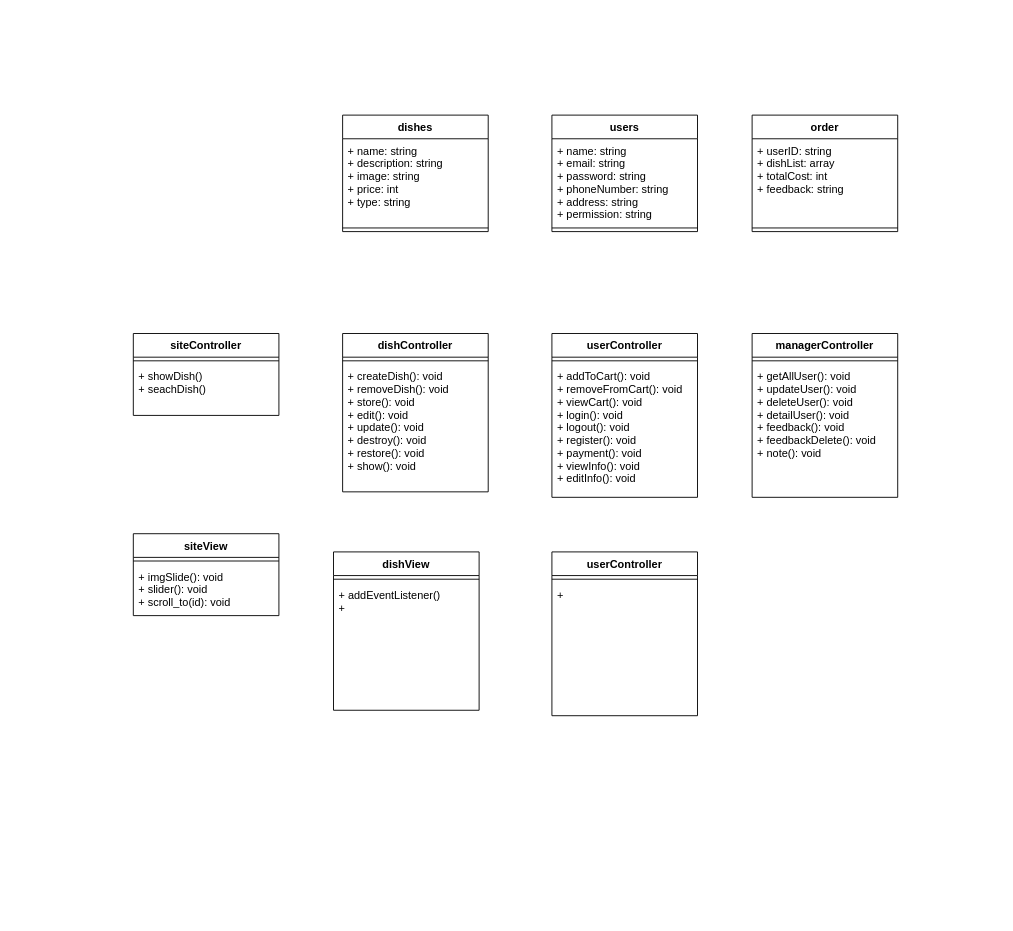
This is classDiagram.drawio from hieuhoang2901/DoAn_CNPM, a draw.io file, before an edit. Source tidied: cells renumbered, new cells numbered last; positions are measured from the earlier drawing's top-left corner, leaving out a move shared by most shapes. Both pictures are drawn from the tidied source at 91%, with x=0, y=0 at pixel (133, 115).
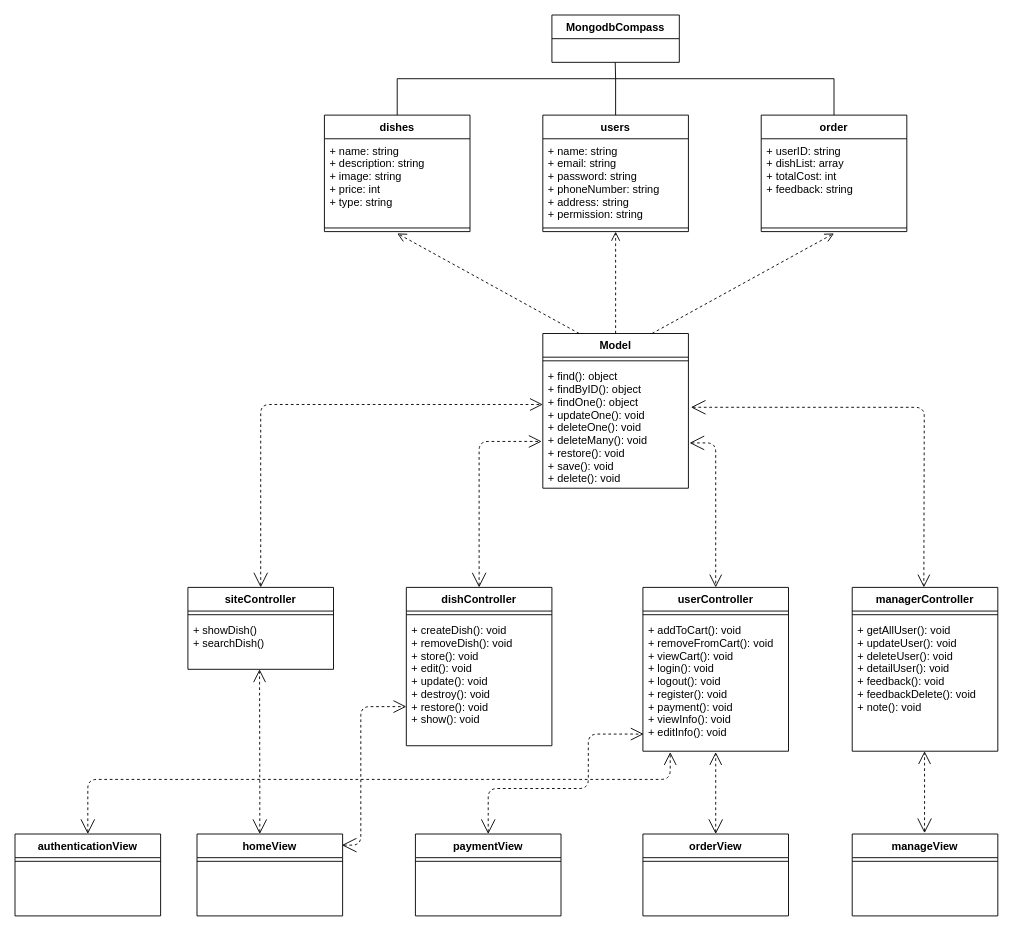
After the change.

The change refers to these unchanged cells:
```xml
<mxCell id="4" style="line;strokeWidth=1;fillColor=none;align=left;verticalAlign=middle;spacingTop=-1;spacingLeft=3;spacingRight=3;labelPosition=right;points=[];portConstraint=eastwest;" parent="2" vertex="1">
  <mxGeometry y="120" width="160" height="8" as="geometry" />
</mxCell>
<mxCell id="7" style="line;strokeWidth=1;fillColor=none;align=left;verticalAlign=middle;spacingTop=-1;spacingLeft=3;spacingRight=3;labelPosition=right;points=[];portConstraint=eastwest;" parent="5" vertex="1">
  <mxGeometry y="120" width="160" height="8" as="geometry" />
</mxCell>
<mxCell id="16" value="+ addToCart(): void&#10;+ removeFromCart(): void&#10;+ viewCart(): void&#10;+ login(): void&#10;+ logout(): void&#10;+ register(): void&#10;+ payment(): void&#10;+ viewInfo(): void&#10;+ editInfo(): void" style="text;strokeColor=none;fillColor=none;align=left;verticalAlign=top;spacingLeft=4;spacingRight=4;overflow=hidden;points=[[0,0.5],[1,0.5]];portConstraint=eastwest;" parent="14" vertex="1">
  <mxGeometry y="34" width="160" height="146" as="geometry" />
</mxCell>
```

Diff of the diagram source:
```diff
@@
     <mxCell id="2" value="dishes" style="swimlane;fontStyle=1;align=center;verticalAlign=top;horizontal=1;startSize=26;" parent="1" vertex="1">
-      <mxGeometry x="230" width="160" height="128" as="geometry" />
+      <mxGeometry x="210" width="160" height="128" as="geometry" />
     </mxCell>
@@
     <mxCell id="5" value="users" style="swimlane;fontStyle=1;align=center;verticalAlign=top;horizontal=1;startSize=26;" parent="1" vertex="1">
-      <mxGeometry x="460" width="160" height="128" as="geometry" />
+      <mxGeometry x="450" width="160" height="128" as="geometry" />
     </mxCell>
@@
     <mxCell id="8" value="order" style="swimlane;fontStyle=1;align=center;verticalAlign=top;horizontal=1;startSize=26;" parent="1" vertex="1">
-      <mxGeometry x="680" width="160" height="128" as="geometry" />
+      <mxGeometry x="690" width="160" height="128" as="geometry" />
     </mxCell>
@@
     <mxCell id="11" value="dishController" style="swimlane;fontStyle=1;align=center;verticalAlign=top;horizontal=1;startSize=26;" parent="1" vertex="1">
-      <mxGeometry x="230" y="240" width="160" height="174" as="geometry" />
+      <mxGeometry x="300" y="519" width="160" height="174" as="geometry" />
     </mxCell>
@@
     <mxCell id="14" value="userController" style="swimlane;fontStyle=1;align=center;verticalAlign=top;horizontal=1;startSize=26;" parent="1" vertex="1">
-      <mxGeometry x="460" y="240" width="160" height="180" as="geometry" />
+      <mxGeometry x="560" y="519" width="160" height="180" as="geometry" />
     </mxCell>
@@
     <mxCell id="17" value="managerController" style="swimlane;fontStyle=1;align=center;verticalAlign=top;horizontal=1;startSize=26;" parent="1" vertex="1">
-      <mxGeometry x="680" y="240" width="160" height="180" as="geometry" />
+      <mxGeometry x="790" y="519" width="160" height="180" as="geometry" />
     </mxCell>
@@
     <mxCell id="20" value="siteController" style="swimlane;fontStyle=1;align=center;verticalAlign=top;horizontal=1;startSize=26;" parent="1" vertex="1">
-      <mxGeometry y="240" width="160" height="90" as="geometry" />
+      <mxGeometry x="60" y="519" width="160" height="90" as="geometry" />
     </mxCell>
@@
-    <mxCell id="22" value="+ showDish()&#10;+ seachDish()" style="text;strokeColor=none;fillColor=none;align=left;verticalAlign=top;spacingLeft=4;spacingRight=4;overflow=hidden;" parent="20" vertex="1">
+    <mxCell id="22" value="+ showDish()&#10;+ searchDish()" style="text;strokeColor=none;fillColor=none;align=left;verticalAlign=top;spacingLeft=4;spacingRight=4;overflow=hidden;" parent="20" vertex="1">
       <mxGeometry y="34" width="160" height="56" as="geometry" />
     </mxCell>
-    <mxCell id="23" value="siteView" style="swimlane;fontStyle=1;align=center;verticalAlign=top;horizontal=1;startSize=26;" parent="1" vertex="1">
-      <mxGeometry y="460" width="160" height="90" as="geometry" />
+    <mxCell id="23" value="homeView" style="swimlane;fontStyle=1;align=center;verticalAlign=top;horizontal=1;startSize=26;" parent="1" vertex="1">
+      <mxGeometry x="70" y="790" width="160" height="90" as="geometry" />
     </mxCell>
@@
-    <mxCell id="25" value="+ imgSlide(): void&#10;+ slider(): void&#10;+ scroll_to(id): void" style="text;strokeColor=none;fillColor=none;align=left;verticalAlign=top;spacingLeft=4;spacingRight=4;overflow=hidden;" parent="23" vertex="1">
+    <mxCell id="25" value="&#10;&#10;&#10;&#10;" style="text;strokeColor=none;fillColor=none;align=left;verticalAlign=top;spacingLeft=4;spacingRight=4;overflow=hidden;" parent="23" vertex="1">
       <mxGeometry y="34" width="160" height="56" as="geometry" />
     </mxCell>
-    <mxCell id="26" value="dishView" style="swimlane;fontStyle=1;align=center;verticalAlign=top;horizontal=1;startSize=26;" parent="1" vertex="1">
-      <mxGeometry x="220" y="480" width="160" height="174" as="geometry" />
-    </mxCell>
-    <mxCell id="27" style="line;strokeWidth=1;fillColor=none;align=left;verticalAlign=middle;spacingTop=-1;spacingLeft=3;spacingRight=3;labelPosition=right;" parent="26" vertex="1">
-      <mxGeometry y="26" width="160" height="8" as="geometry" />
-    </mxCell>
-    <mxCell id="28" value="+ addEventListener()&#10;+ " style="text;strokeColor=none;fillColor=none;align=left;verticalAlign=top;spacingLeft=4;spacingRight=4;overflow=hidden;" parent="26" vertex="1">
-      <mxGeometry y="34" width="160" height="140" as="geometry" />
-    </mxCell>
-    <mxCell id="29" value="userController" style="swimlane;fontStyle=1;align=center;verticalAlign=top;horizontal=1;startSize=26;" parent="1" vertex="1">
-      <mxGeometry x="460" y="480" width="160" height="180" as="geometry" />
-    </mxCell>
-    <mxCell id="30" style="line;strokeWidth=1;fillColor=none;align=left;verticalAlign=middle;spacingTop=-1;spacingLeft=3;spacingRight=3;labelPosition=right;" parent="29" vertex="1">
-      <mxGeometry y="26" width="160" height="8" as="geometry" />
-    </mxCell>
-    <mxCell id="31" value="+ " style="text;strokeColor=none;fillColor=none;align=left;verticalAlign=top;spacingLeft=4;spacingRight=4;overflow=hidden;" parent="29" vertex="1">
-      <mxGeometry y="34" width="160" height="146" as="geometry" />
-    </mxCell>
+    <mxCell id="32" value="paymentView" style="swimlane;fontStyle=1;align=center;verticalAlign=top;horizontal=1;startSize=26;" parent="1" vertex="1">
+      <mxGeometry x="310" y="790" width="160" height="90" as="geometry" />
+    </mxCell>
+    <mxCell id="33" style="line;strokeWidth=1;fillColor=none;align=left;verticalAlign=middle;spacingTop=-1;spacingLeft=3;spacingRight=3;labelPosition=right;" parent="32" vertex="1">
+      <mxGeometry y="26" width="160" height="8" as="geometry" />
+    </mxCell>
+    <mxCell id="34" value="&#10;&#10;&#10;&#10;" style="text;strokeColor=none;fillColor=none;align=left;verticalAlign=top;spacingLeft=4;spacingRight=4;overflow=hidden;" parent="32" vertex="1">
+      <mxGeometry y="34" width="160" height="56" as="geometry" />
+    </mxCell>
+    <mxCell id="35" value="manageView" style="swimlane;fontStyle=1;align=center;verticalAlign=top;horizontal=1;startSize=26;" parent="1" vertex="1">
+      <mxGeometry x="790" y="790" width="160" height="90" as="geometry" />
+    </mxCell>
+    <mxCell id="36" style="line;strokeWidth=1;fillColor=none;align=left;verticalAlign=middle;spacingTop=-1;spacingLeft=3;spacingRight=3;labelPosition=right;" parent="35" vertex="1">
+      <mxGeometry y="26" width="160" height="8" as="geometry" />
+    </mxCell>
+    <mxCell id="37" value="&#10;&#10;&#10;&#10;" style="text;strokeColor=none;fillColor=none;align=left;verticalAlign=top;spacingLeft=4;spacingRight=4;overflow=hidden;" parent="35" vertex="1">
+      <mxGeometry y="34" width="160" height="56" as="geometry" />
+    </mxCell>
+    <mxCell id="38" value="orderView" style="swimlane;fontStyle=1;align=center;verticalAlign=top;horizontal=1;startSize=26;" parent="1" vertex="1">
+      <mxGeometry x="560" y="790" width="160" height="90" as="geometry" />
+    </mxCell>
+    <mxCell id="39" style="line;strokeWidth=1;fillColor=none;align=left;verticalAlign=middle;spacingTop=-1;spacingLeft=3;spacingRight=3;labelPosition=right;" parent="38" vertex="1">
+      <mxGeometry y="26" width="160" height="8" as="geometry" />
+    </mxCell>
+    <mxCell id="40" value="&#10;&#10;&#10;&#10;" style="text;strokeColor=none;fillColor=none;align=left;verticalAlign=top;spacingLeft=4;spacingRight=4;overflow=hidden;" parent="38" vertex="1">
+      <mxGeometry y="34" width="160" height="56" as="geometry" />
+    </mxCell>
+    <mxCell id="41" value="Model" style="swimlane;fontStyle=1;align=center;verticalAlign=top;horizontal=1;startSize=26;" parent="1" vertex="1">
+      <mxGeometry x="450" y="240" width="160" height="170" as="geometry" />
+    </mxCell>
+    <mxCell id="42" style="line;strokeWidth=1;fillColor=none;align=left;verticalAlign=middle;spacingTop=-1;spacingLeft=3;spacingRight=3;labelPosition=right;" parent="41" vertex="1">
+      <mxGeometry y="26" width="160" height="8" as="geometry" />
+    </mxCell>
+    <mxCell id="43" value="+ find(): object&#10;+ findByID(): object&#10;+ findOne(): object&#10;+ updateOne(): void&#10;+ deleteOne(): void&#10;+ deleteMany(): void&#10;+ restore(): void&#10;+ save(): void&#10;+ delete(): void" style="text;strokeColor=none;fillColor=none;align=left;verticalAlign=top;spacingLeft=4;spacingRight=4;overflow=hidden;points=[[0,0.5],[1,0.5]];portConstraint=eastwest;" parent="41" vertex="1">
+      <mxGeometry y="34" width="160" height="136" as="geometry" />
+    </mxCell>
+    <mxCell id="44" style="html=1;verticalAlign=bottom;endArrow=open;dashed=1;endSize=8;exitX=0.75;exitY=0;exitDx=0;exitDy=0;" parent="1" edge="1" source="41">
+      <mxGeometry x="0.11" y="22" relative="1" as="geometry">
+        <mxPoint x="770" y="130" as="targetPoint" />
+      </mxGeometry>
+    </mxCell>
+    <mxCell id="45" style="html=1;verticalAlign=bottom;endArrow=open;dashed=1;endSize=8;exitX=0.5;exitY=0;exitDx=0;exitDy=0;" parent="1" edge="1" source="41" target="7">
+      <mxGeometry relative="1" as="geometry" />
+    </mxCell>
+    <mxCell id="46" style="html=1;verticalAlign=bottom;endArrow=open;dashed=1;endSize=8;exitX=0.25;exitY=0;exitDx=0;exitDy=0;entryX=0.5;entryY=1.25;entryDx=0;entryDy=0;entryPerimeter=0;" parent="1" edge="1" source="41" target="4">
+      <mxGeometry relative="1" as="geometry" />
+    </mxCell>
+    <mxCell id="47" style="endArrow=open;html=1;endSize=12;startArrow=open;startSize=14;startFill=0;edgeStyle=orthogonalEdgeStyle;align=center;verticalAlign=bottom;endFill=0;exitX=0.5;exitY=0;exitDx=0;exitDy=0;dashed=1;" parent="1" edge="1" source="20">
+      <mxGeometry y="3" relative="1" as="geometry">
+        <mxPoint x="450" y="318" as="targetPoint" />
+        <Array as="points">
+          <mxPoint x="140" y="318" />
+        </Array>
+      </mxGeometry>
+    </mxCell>
+    <mxCell id="48" style="endArrow=open;html=1;endSize=12;startArrow=open;startSize=14;startFill=0;edgeStyle=orthogonalEdgeStyle;align=center;verticalAlign=bottom;endFill=0;entryX=-0.008;entryY=0.622;entryDx=0;entryDy=0;entryPerimeter=0;dashed=1;" parent="1" edge="1" source="11" target="43">
+      <mxGeometry y="3" relative="1" as="geometry" />
+    </mxCell>
+    <mxCell id="49" style="endArrow=open;html=1;endSize=12;startArrow=open;startSize=14;startFill=0;edgeStyle=orthogonalEdgeStyle;align=center;verticalAlign=bottom;endFill=0;exitX=1.008;exitY=0.634;exitDx=0;exitDy=0;exitPerimeter=0;dashed=1;" parent="1" edge="1" source="43" target="14">
+      <mxGeometry y="3" relative="1" as="geometry" />
+    </mxCell>
+    <mxCell id="50" style="endArrow=open;html=1;endSize=12;startArrow=open;startSize=14;startFill=0;edgeStyle=orthogonalEdgeStyle;align=center;verticalAlign=bottom;endFill=0;exitX=1.017;exitY=0.346;exitDx=0;exitDy=0;exitPerimeter=0;dashed=1;" parent="1" edge="1" source="43">
+      <mxGeometry y="3" relative="1" as="geometry">
+        <mxPoint x="868.7" y="519" as="targetPoint" />
+      </mxGeometry>
+    </mxCell>
+    <mxCell id="51" style="endArrow=open;html=1;endSize=12;startArrow=open;startSize=14;startFill=0;edgeStyle=orthogonalEdgeStyle;align=center;verticalAlign=bottom;endFill=0;entryX=-0.008;entryY=0.622;entryDx=0;entryDy=0;entryPerimeter=0;dashed=1;" parent="1" edge="1" source="23">
+      <mxGeometry y="3" relative="1" as="geometry">
+        <mxPoint x="138.7" y="609" as="targetPoint" />
+        <Array as="points">
+          <mxPoint x="139" y="740" />
+          <mxPoint x="139" y="740" />
+        </Array>
+      </mxGeometry>
+    </mxCell>
+    <mxCell id="52" style="endArrow=open;html=1;endSize=12;startArrow=open;startSize=14;startFill=0;edgeStyle=orthogonalEdgeStyle;align=center;verticalAlign=bottom;endFill=0;dashed=1;exitX=0.5;exitY=0;exitDx=0;exitDy=0;" parent="1" edge="1" source="38">
+      <mxGeometry y="3" relative="1" as="geometry">
+        <mxPoint x="640" y="700" as="targetPoint" />
+        <Array as="points">
+          <mxPoint x="640" y="700" />
+        </Array>
+      </mxGeometry>
+    </mxCell>
+    <mxCell id="53" style="endArrow=open;html=1;endSize=12;startArrow=open;startSize=14;startFill=0;edgeStyle=orthogonalEdgeStyle;align=center;verticalAlign=bottom;endFill=0;dashed=1;exitX=0.995;exitY=0.136;exitDx=0;exitDy=0;exitPerimeter=0;" parent="1" edge="1" source="23">
+      <mxGeometry y="3" relative="1" as="geometry">
+        <mxPoint x="300" y="650" as="targetPoint" />
+        <Array as="points">
+          <mxPoint x="250" y="802" />
+          <mxPoint x="250" y="650" />
+        </Array>
+      </mxGeometry>
+    </mxCell>
+    <mxCell id="54" style="endArrow=open;html=1;endSize=12;startArrow=open;startSize=14;startFill=0;edgeStyle=orthogonalEdgeStyle;align=center;verticalAlign=bottom;endFill=0;dashed=1;exitX=0.5;exitY=0;exitDx=0;exitDy=0;entryX=0.005;entryY=0.871;entryDx=0;entryDy=0;entryPerimeter=0;" parent="1" edge="1" source="32" target="16">
+      <mxGeometry y="3" relative="1" as="geometry">
+        <Array as="points">
+          <mxPoint x="390" y="740" />
+          <mxPoint x="500" y="740" />
+          <mxPoint x="500" y="680" />
+        </Array>
+      </mxGeometry>
+    </mxCell>
+    <mxCell id="55" style="endArrow=open;html=1;endSize=12;startArrow=open;startSize=14;startFill=0;edgeStyle=orthogonalEdgeStyle;align=center;verticalAlign=bottom;endFill=0;dashed=1;exitX=0.5;exitY=0;exitDx=0;exitDy=0;" parent="1" edge="1">
+      <mxGeometry y="3" relative="1" as="geometry">
+        <mxPoint x="869.5" y="789" as="sourcePoint" />
+        <mxPoint x="869.5" y="699" as="targetPoint" />
+        <Array as="points">
+          <mxPoint x="869.5" y="699" />
+        </Array>
+      </mxGeometry>
+    </mxCell>
+    <mxCell id="56" value="authenticationView" style="swimlane;fontStyle=1;align=center;verticalAlign=top;horizontal=1;startSize=26;" parent="1" vertex="1">
+      <mxGeometry x="-130" y="790" width="160" height="90" as="geometry" />
+    </mxCell>
+    <mxCell id="57" style="line;strokeWidth=1;fillColor=none;align=left;verticalAlign=middle;spacingTop=-1;spacingLeft=3;spacingRight=3;labelPosition=right;" parent="56" vertex="1">
+      <mxGeometry y="26" width="160" height="8" as="geometry" />
+    </mxCell>
+    <mxCell id="58" value="&#10;&#10;&#10;&#10;" style="text;strokeColor=none;fillColor=none;align=left;verticalAlign=top;spacingLeft=4;spacingRight=4;overflow=hidden;" parent="56" vertex="1">
+      <mxGeometry y="34" width="160" height="56" as="geometry" />
+    </mxCell>
+    <mxCell id="59" style="endArrow=open;html=1;endSize=12;startArrow=open;startSize=14;startFill=0;edgeStyle=orthogonalEdgeStyle;align=center;verticalAlign=bottom;endFill=0;dashed=1;" parent="1" edge="1">
+      <mxGeometry y="3" relative="1" as="geometry">
+        <mxPoint x="-50" y="790" as="sourcePoint" />
+        <mxPoint x="590" y="700" as="targetPoint" />
+        <Array as="points">
+          <mxPoint x="-50" y="730" />
+          <mxPoint x="590" y="730" />
+        </Array>
+      </mxGeometry>
+    </mxCell>
+    <mxCell id="60" style="endArrow=none;html=1;" parent="1" edge="1">
+      <mxGeometry relative="1" as="geometry">
+        <mxPoint x="290" y="-40" as="sourcePoint" />
+        <mxPoint x="770" y="-40" as="targetPoint" />
+      </mxGeometry>
+    </mxCell>
+    <mxCell id="61" style="endArrow=none;html=1;exitX=0.5;exitY=0;exitDx=0;exitDy=0;" parent="1" edge="1" source="2">
+      <mxGeometry relative="1" as="geometry">
+        <mxPoint x="290" y="-40" as="targetPoint" />
+      </mxGeometry>
+    </mxCell>
+    <mxCell id="62" style="endArrow=none;html=1;exitX=0.5;exitY=0;exitDx=0;exitDy=0;" parent="1" edge="1" source="5">
+      <mxGeometry relative="1" as="geometry">
+        <mxPoint x="530" y="-40" as="targetPoint" />
+      </mxGeometry>
+    </mxCell>
+    <mxCell id="63" style="endArrow=none;html=1;exitX=0.5;exitY=0;exitDx=0;exitDy=0;" parent="1" edge="1" source="8">
+      <mxGeometry relative="1" as="geometry">
+        <mxPoint x="770" y="-40" as="targetPoint" />
+      </mxGeometry>
+    </mxCell>
+    <mxCell id="64" style="endArrow=none;html=1;entryX=0.497;entryY=1.008;entryDx=0;entryDy=0;entryPerimeter=0;" parent="1" edge="1" target="66">
+      <mxGeometry relative="1" as="geometry">
+        <mxPoint x="530" y="-40" as="sourcePoint" />
+      </mxGeometry>
+    </mxCell>
+    <mxCell id="65" value="MongodbCompass" style="swimlane;fontStyle=1;horizontal=1;startSize=26;fillColor=none;" parent="1" vertex="1">
+      <mxGeometry x="460" y="-110" width="140" height="52" as="geometry" />
+    </mxCell>
+    <mxCell id="66" value="&#10;&#10;" style="text;strokeColor=none;fillColor=none;align=left;verticalAlign=top;spacingLeft=4;spacingRight=4;overflow=hidden;points=[[0,0.5],[1,0.5]];portConstraint=eastwest;" parent="65" vertex="1">
+      <mxGeometry y="26" width="140" height="26" as="geometry" />
+    </mxCell>
```
